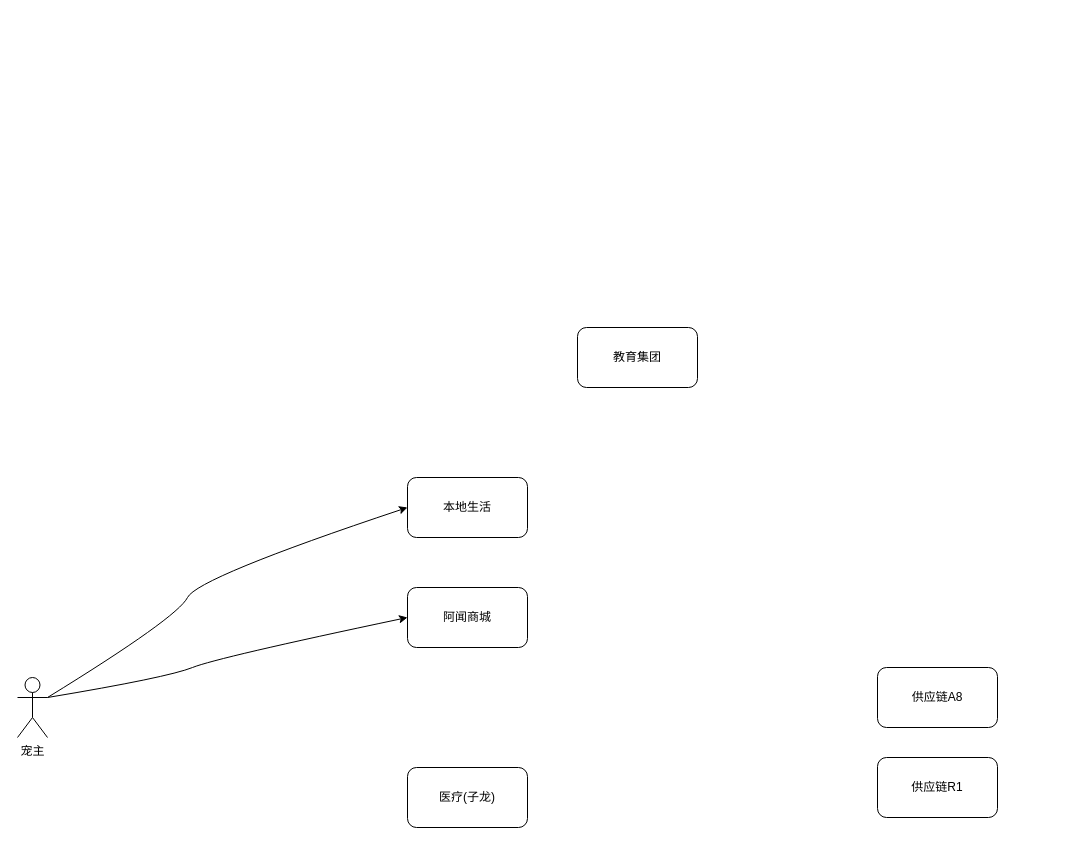
Above: pet_data_warehouse/集团数据关系图.drawio in fangzheng0518/draw (draw.io), before the change. Source tidied: cells renumbered, new cells numbered last; positions are measured from the earlier drawing's top-left corner, leaving out a move shared by most shapes. Both pictures are drawn from the tidied source at 100%, with x=0, y=0 at pixel (17, 327).
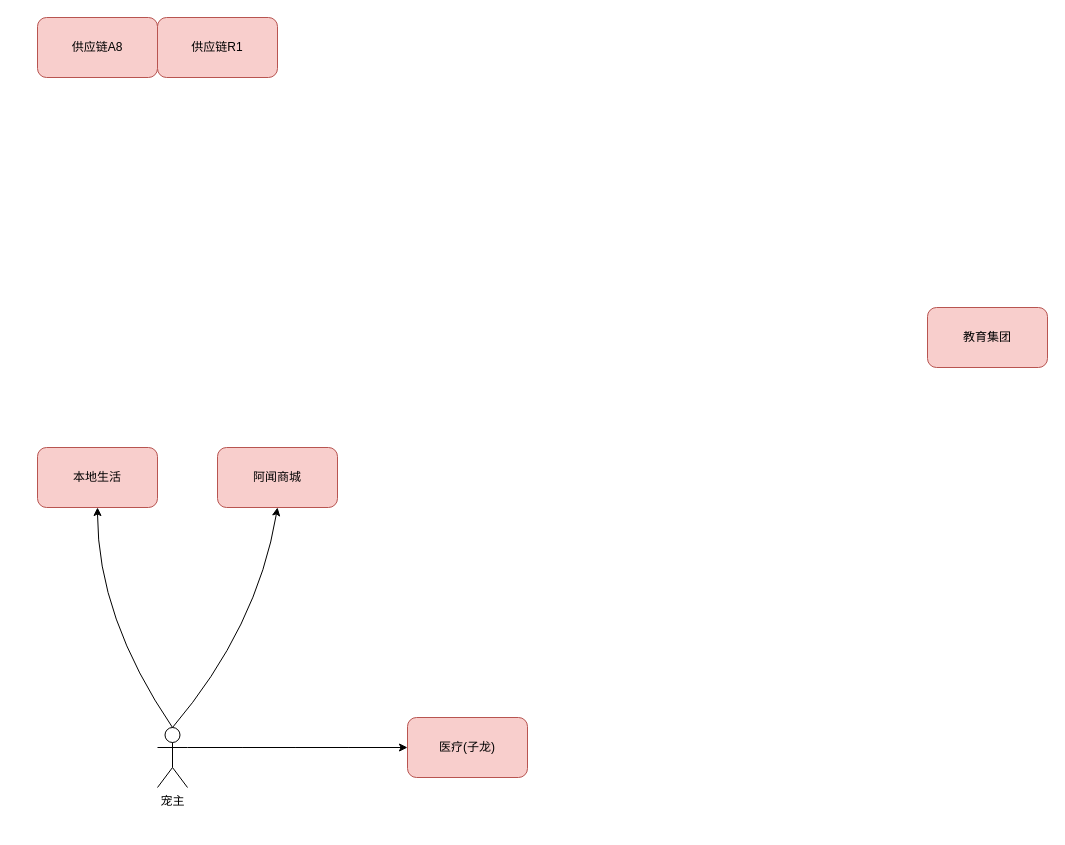
The same page after the edit.

Commit message (it also covers changes not shown here):
更新集团数据关系图.drawio

Change to the diagram source:
```diff
@@
 <mxGraphModel>
   <root>
     <mxCell id="0" />
     <mxCell id="1" parent="0" />
-    <mxCell id="2" value="医疗(子龙)" style="rounded=1;whiteSpace=wrap;html=1;" parent="1" vertex="1">
-      <mxGeometry x="390" y="440" width="120" height="60" as="geometry" />
+    <mxCell id="2" value="医疗(子龙)" style="rounded=1;whiteSpace=wrap;html=1;fillColor=#f8cecc;strokeColor=#b85450;" parent="1" vertex="1">
+      <mxGeometry x="390" y="390" width="120" height="60" as="geometry" />
     </mxCell>
-    <mxCell id="3" value="供应链A8" style="rounded=1;whiteSpace=wrap;html=1;" parent="1" vertex="1">
-      <mxGeometry x="860" y="340" width="120" height="60" as="geometry" />
+    <mxCell id="3" value="供应链A8" style="rounded=1;whiteSpace=wrap;html=1;fillColor=#f8cecc;strokeColor=#b85450;" parent="1" vertex="1">
+      <mxGeometry x="20" y="-310" width="120" height="60" as="geometry" />
     </mxCell>
-    <mxCell id="4" value="教育集团" style="rounded=1;whiteSpace=wrap;html=1;" parent="1" vertex="1">
-      <mxGeometry x="560" width="120" height="60" as="geometry" />
+    <mxCell id="4" value="教育集团" style="rounded=1;whiteSpace=wrap;html=1;fillColor=#f8cecc;strokeColor=#b85450;" parent="1" vertex="1">
+      <mxGeometry x="910" y="-20" width="120" height="60" as="geometry" />
     </mxCell>
-    <mxCell id="5" value="阿闻商城" style="rounded=1;whiteSpace=wrap;html=1;" parent="1" vertex="1">
-      <mxGeometry x="390" y="260" width="120" height="60" as="geometry" />
+    <mxCell id="5" value="阿闻商城" style="rounded=1;whiteSpace=wrap;html=1;fillColor=#f8cecc;strokeColor=#b85450;" parent="1" vertex="1">
+      <mxGeometry x="200" y="120" width="120" height="60" as="geometry" />
     </mxCell>
-    <mxCell id="6" value="供应链R1" style="rounded=1;whiteSpace=wrap;html=1;" parent="1" vertex="1">
-      <mxGeometry x="860" y="430" width="120" height="60" as="geometry" />
+    <mxCell id="6" value="供应链R1" style="rounded=1;whiteSpace=wrap;html=1;fillColor=#f8cecc;strokeColor=#b85450;" parent="1" vertex="1">
+      <mxGeometry x="140" y="-310" width="120" height="60" as="geometry" />
     </mxCell>
-    <mxCell id="7" value="本地生活" style="rounded=1;whiteSpace=wrap;html=1;" parent="1" vertex="1">
-      <mxGeometry x="390" y="150" width="120" height="60" as="geometry" />
+    <mxCell id="7" value="本地生活" style="rounded=1;whiteSpace=wrap;html=1;fillColor=#f8cecc;strokeColor=#b85450;" parent="1" vertex="1">
+      <mxGeometry x="20" y="120" width="120" height="60" as="geometry" />
     </mxCell>
     <mxCell id="8" value="宠主" style="shape=umlActor;verticalLabelPosition=bottom;verticalAlign=top;html=1;outlineConnect=0;" parent="1" vertex="1">
-      <mxGeometry y="350" width="30" height="60" as="geometry" />
+      <mxGeometry x="140" y="400" width="30" height="60" as="geometry" />
     </mxCell>
-    <mxCell id="9" style="curved=1;endArrow=classic;html=1;exitX=1;exitY=0.3333333333333333;exitDx=0;exitDy=0;exitPerimeter=0;entryX=0;entryY=0.5;entryDx=0;entryDy=0;" parent="1" edge="1" source="8" target="5">
+    <mxCell id="9" style="curved=1;endArrow=classic;html=1;exitX=0.5;exitY=0;exitDx=0;exitDy=0;exitPerimeter=0;entryX=0.5;entryY=1;entryDx=0;entryDy=0;" parent="1" edge="1" source="8" target="5">
       <mxGeometry relative="1" as="geometry">
         <Array as="points">
-          <mxPoint x="150" y="350" />
-          <mxPoint x="200" y="330" />
+          <mxPoint x="240" y="300" />
         </Array>
       </mxGeometry>
     </mxCell>
-    <mxCell id="10" style="curved=1;endArrow=classic;html=1;entryX=0;entryY=0.5;entryDx=0;entryDy=0;" parent="1" edge="1" target="7">
+    <mxCell id="10" style="curved=1;endArrow=classic;html=1;entryX=0.5;entryY=1;entryDx=0;entryDy=0;exitX=0.5;exitY=0;exitDx=0;exitDy=0;exitPerimeter=0;" parent="1" edge="1" source="8" target="7">
       <mxGeometry relative="1" as="geometry">
-        <mxPoint x="30" y="370" as="sourcePoint" />
         <Array as="points">
-          <mxPoint x="160" y="290" />
-          <mxPoint x="180" y="250" />
+          <mxPoint x="80" y="290" />
         </Array>
       </mxGeometry>
     </mxCell>
+    <mxCell id="11" style="curved=1;endArrow=classic;html=1;exitX=1;exitY=0.3333333333333333;exitDx=0;exitDy=0;exitPerimeter=0;entryX=0;entryY=0.5;entryDx=0;entryDy=0;" parent="1" edge="1" source="8" target="2">
+      <mxGeometry relative="1" as="geometry">
+        <Array as="points">
+          <mxPoint x="280" y="420" />
+        </Array>
+      </mxGeometry>
+    </mxCell>
   </root>
 </mxGraphModel>
```
